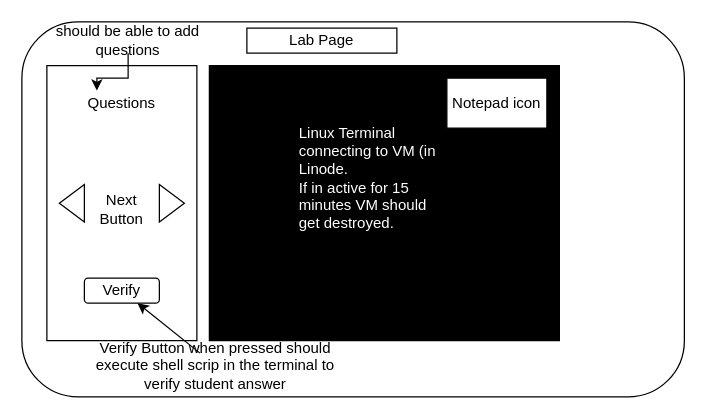
Earlier version of the draw.io diagram page "Lab_Page" (4 of 5) of Topkuber_Design.drawio (gonchigars/CKAD-exercises). Source tidied: cells renumbered, new cells numbered last; positions are measured from the earlier drawing's top-left corner, leaving out a move shared by most shapes. Both pictures are drawn from the tidied source at 125%, with x=0, y=0 at pixel (21, 21).
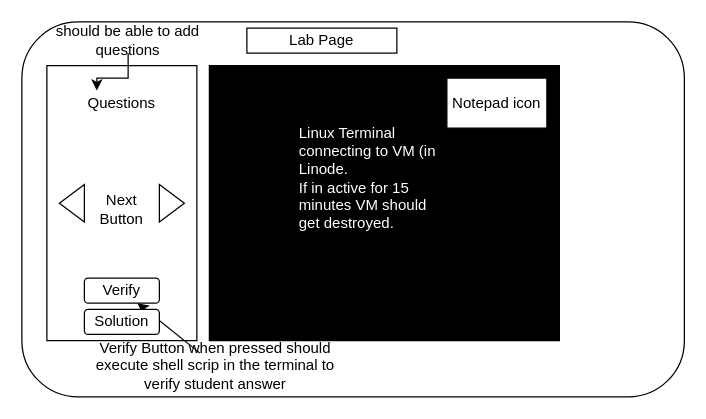
The same diagram, later.

What changed in the source:
```diff
@@
 <mxGraphModel>
   <root>
     <mxCell id="0" />
     <mxCell id="1" parent="0" />
     <mxCell id="2" style="rounded=1;whiteSpace=wrap;html=1;" parent="1" vertex="1">
       <mxGeometry width="530" height="300" as="geometry" />
     </mxCell>
     <mxCell id="3" style="rounded=0;whiteSpace=wrap;html=1;fillColor=#000000;" parent="1" vertex="1">
       <mxGeometry x="150" y="35" width="280" height="220" as="geometry" />
     </mxCell>
     <mxCell id="4" style="rounded=0;whiteSpace=wrap;html=1;" parent="1" vertex="1">
       <mxGeometry x="20" y="35" width="120" height="220" as="geometry" />
     </mxCell>
     <mxCell id="5" value="Questions" style="text;html=1;strokeColor=none;fillColor=none;align=center;verticalAlign=middle;whiteSpace=wrap;rounded=0;" parent="1" vertex="1">
       <mxGeometry x="60" y="55" width="40" height="20" as="geometry" />
     </mxCell>
     <mxCell id="6" value="&lt;font color=&quot;#ffffff&quot;&gt;Linux Terminal connecting to VM (in Linode.&lt;br&gt;If in active for 15 minutes VM should get destroyed.&lt;br&gt;&lt;/font&gt;" style="text;html=1;strokeColor=none;fillColor=none;align=left;verticalAlign=middle;whiteSpace=wrap;rounded=0;" parent="1" vertex="1">
       <mxGeometry x="220" y="115" width="120" height="20" as="geometry" />
     </mxCell>
     <mxCell id="7" style="triangle;whiteSpace=wrap;html=1;" parent="1" vertex="1">
       <mxGeometry x="110" y="130" width="20" height="30" as="geometry" />
     </mxCell>
     <mxCell id="8" style="triangle;whiteSpace=wrap;html=1;rotation=-180;" parent="1" vertex="1">
       <mxGeometry x="30" y="130" width="20" height="30" as="geometry" />
     </mxCell>
     <mxCell id="9" value="Notepad icon" style="rounded=0;whiteSpace=wrap;html=1;fillColor=#FFFFFF;" parent="1" vertex="1">
       <mxGeometry x="340" y="45" width="80" height="40" as="geometry" />
     </mxCell>
     <mxCell id="10" value="Next Button" style="text;html=1;strokeColor=none;fillColor=none;align=center;verticalAlign=middle;whiteSpace=wrap;rounded=0;" parent="1" vertex="1">
       <mxGeometry x="60" y="140" width="40" height="20" as="geometry" />
     </mxCell>
     <mxCell id="11" value="Verify" style="rounded=1;whiteSpace=wrap;html=1;fillColor=#FFFFFF;" parent="1" vertex="1">
       <mxGeometry x="50" y="205" width="60" height="20" as="geometry" />
     </mxCell>
     <mxCell id="12" value="Lab Page" style="rounded=0;whiteSpace=wrap;html=1;" parent="1" vertex="1">
       <mxGeometry x="180" y="5" width="120" height="20" as="geometry" />
     </mxCell>
     <mxCell id="13" value="Verify Button when pressed should execute shell scrip in the terminal to verify student answer" style="text;html=1;strokeColor=none;fillColor=none;align=center;verticalAlign=middle;whiteSpace=wrap;rounded=0;" parent="1" vertex="1">
       <mxGeometry x="50" y="265" width="210" height="20" as="geometry" />
     </mxCell>
     <mxCell id="14" style="endArrow=classic;html=1;" parent="1" edge="1" source="13" target="11">
       <mxGeometry relative="1" as="geometry" />
     </mxCell>
     <mxCell id="15" style="edgeStyle=orthogonalEdgeStyle;rounded=0;jettySize=auto;html=1;entryX=0;entryY=0;entryDx=0;entryDy=0;" parent="1" edge="1" source="16" target="5">
       <mxGeometry relative="1" as="geometry" />
     </mxCell>
     <mxCell id="16" value="should be able to add questions" style="text;html=1;strokeColor=none;fillColor=none;align=center;verticalAlign=middle;whiteSpace=wrap;rounded=0;" parent="1" vertex="1">
       <mxGeometry x="20" y="5" width="130" height="20" as="geometry" />
     </mxCell>
+    <mxCell id="17" value="Solution" style="rounded=1;whiteSpace=wrap;html=1;fillColor=#FFFFFF;" parent="1" vertex="1">
+      <mxGeometry x="50" y="230" width="60" height="20" as="geometry" />
+    </mxCell>
   </root>
 </mxGraphModel>
```
